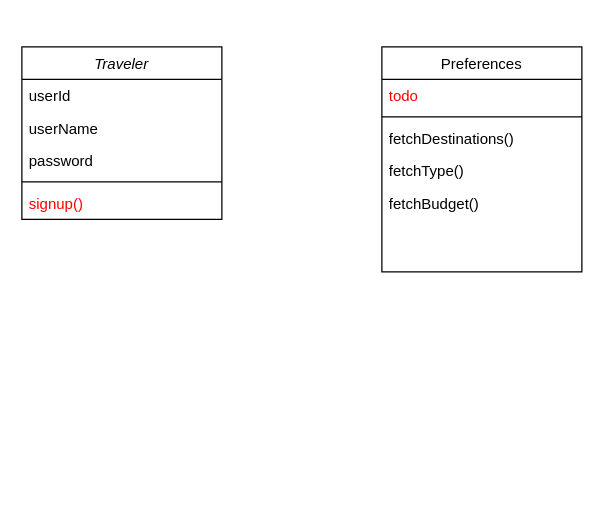
Above: Class Diagram.drawio in EleftheriaKoutsiouri/Scheduluxe (draw.io), before the change. Source tidied: cells renumbered, new cells numbered last; positions are measured from the earlier drawing's top-left corner, leaving out a move shared by most shapes. Both pictures are drawn from the tidied source at 125%, with x=0, y=0 at pixel (21, 46).
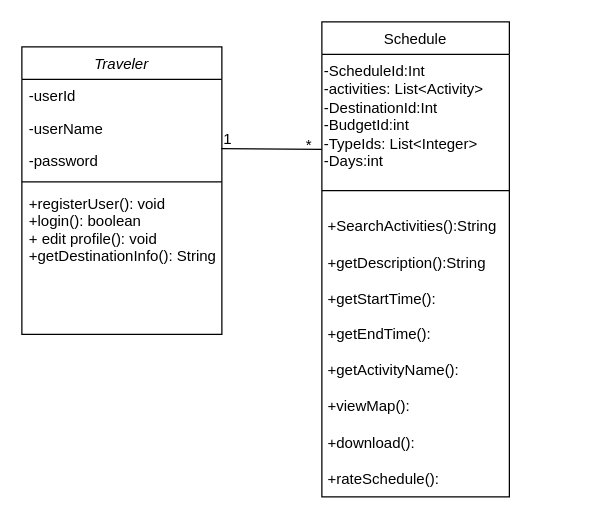
The same page after the edit.

Commit message:
Class diagram

Diff of the diagram source:
```diff
@@
 <mxGraphModel>
   <root>
     <mxCell id="0" />
     <mxCell id="1" parent="0" />
     <mxCell id="2" value="Traveler" style="swimlane;fontStyle=2;align=center;verticalAlign=top;horizontal=1;startSize=26;rounded=0;shadow=0;strokeWidth=1;" parent="1" vertex="1">
-      <mxGeometry width="160" height="138" as="geometry" />
+      <mxGeometry width="160" height="230" as="geometry" />
     </mxCell>
-    <mxCell id="3" value="userId" style="text;align=left;verticalAlign=top;spacingLeft=4;spacingRight=4;overflow=hidden;" parent="2" vertex="1">
+    <mxCell id="3" value="-userId" style="text;align=left;verticalAlign=top;spacingLeft=4;spacingRight=4;overflow=hidden;" parent="2" vertex="1">
       <mxGeometry y="26" width="160" height="26" as="geometry" />
     </mxCell>
-    <mxCell id="4" value="userName" style="text;align=left;verticalAlign=top;spacingLeft=4;spacingRight=4;overflow=hidden;rounded=0;shadow=0;html=0;" parent="2" vertex="1">
+    <mxCell id="4" value="-userName" style="text;align=left;verticalAlign=top;spacingLeft=4;spacingRight=4;overflow=hidden;rounded=0;shadow=0;html=0;" parent="2" vertex="1">
       <mxGeometry y="52" width="160" height="26" as="geometry" />
     </mxCell>
-    <mxCell id="5" value="password" style="text;align=left;verticalAlign=top;spacingLeft=4;spacingRight=4;overflow=hidden;rounded=0;shadow=0;html=0;" parent="2" vertex="1">
+    <mxCell id="5" value="-password" style="text;align=left;verticalAlign=top;spacingLeft=4;spacingRight=4;overflow=hidden;rounded=0;shadow=0;html=0;" parent="2" vertex="1">
       <mxGeometry y="78" width="160" height="26" as="geometry" />
     </mxCell>
     <mxCell id="6" style="line;html=1;strokeWidth=1;align=left;verticalAlign=middle;spacingTop=-1;spacingLeft=3;spacingRight=3;labelPosition=right;" parent="2" vertex="1">
       <mxGeometry y="104" width="160" height="8" as="geometry" />
     </mxCell>
-    <mxCell id="7" value="signup()" style="text;align=left;verticalAlign=top;spacingLeft=4;spacingRight=4;overflow=hidden;fontColor=#FF0000;" parent="2" vertex="1">
-      <mxGeometry y="112" width="160" height="26" as="geometry" />
+    <mxCell id="7" value="+registerUser(): void        &#10;+login(): boolean             &#10;+ edit profile(): void &#10;+getDestinationInfo(): String&#10; " style="text;align=left;verticalAlign=top;spacingLeft=4;spacingRight=4;overflow=hidden;fontColor=#000000;" parent="2" vertex="1">
+      <mxGeometry y="112" width="160" height="118" as="geometry" />
     </mxCell>
-    <mxCell id="8" value="Preferences" style="swimlane;fontStyle=0;align=center;verticalAlign=top;horizontal=1;startSize=26;rounded=0;shadow=0;strokeWidth=1;" parent="1" vertex="1">
-      <mxGeometry x="288" width="160" height="180" as="geometry" />
-    </mxCell>
-    <mxCell id="9" value="todo" style="text;align=left;verticalAlign=top;spacingLeft=4;spacingRight=4;overflow=hidden;rounded=0;shadow=0;html=0;fontColor=#FF0000;" parent="8" vertex="1">
-      <mxGeometry y="26" width="160" height="26" as="geometry" />
-    </mxCell>
-    <mxCell id="10" style="line;html=1;strokeWidth=1;align=left;verticalAlign=middle;spacingTop=-1;spacingLeft=3;spacingRight=3;labelPosition=right;" parent="8" vertex="1">
-      <mxGeometry y="52" width="160" height="8" as="geometry" />
-    </mxCell>
-    <mxCell id="11" value="fetchDestinations()" style="text;align=left;verticalAlign=top;spacingLeft=4;spacingRight=4;overflow=hidden;" parent="8" vertex="1">
-      <mxGeometry y="60" width="160" height="26" as="geometry" />
-    </mxCell>
-    <mxCell id="12" value="fetchType()" style="text;align=left;verticalAlign=top;spacingLeft=4;spacingRight=4;overflow=hidden;" parent="8" vertex="1">
-      <mxGeometry y="86" width="160" height="26" as="geometry" />
-    </mxCell>
-    <mxCell id="13" value="fetchBudget()" style="text;align=left;verticalAlign=top;spacingLeft=4;spacingRight=4;overflow=hidden;" parent="8" vertex="1">
-      <mxGeometry y="112" width="160" height="26" as="geometry" />
-    </mxCell>
+    <mxCell id="14" value="Schedule&#10;" style="swimlane;fontStyle=0;align=center;verticalAlign=top;horizontal=1;startSize=26;rounded=0;shadow=0;strokeWidth=1;" parent="1" vertex="1">
+      <mxGeometry x="240" y="-20" width="150" height="380" as="geometry" />
+    </mxCell>
+    <mxCell id="15" value="-ScheduleId:Int&lt;br&gt;-activities: List&amp;lt;Activity&amp;gt;&lt;br&gt;-DestinationId:Int&amp;nbsp;&lt;br&gt;-BudgetId:int&lt;br&gt;-TypeIds: List&amp;lt;Integer&amp;gt;&lt;br&gt;&lt;span style=&quot;background-color: initial;&quot;&gt;-Days:int&amp;nbsp;&amp;nbsp;&lt;b&gt; &amp;nbsp; &amp;nbsp; &amp;nbsp;&amp;nbsp;&lt;/b&gt;&lt;/span&gt;" style="text;whiteSpace=wrap;html=1;" parent="14" vertex="1">
+      <mxGeometry y="26" width="150" height="104" as="geometry" />
+    </mxCell>
+    <mxCell id="16" style="line;html=1;strokeWidth=1;align=left;verticalAlign=middle;spacingTop=-1;spacingLeft=3;spacingRight=3;labelPosition=right;" parent="14" vertex="1">
+      <mxGeometry y="130" width="150" height="10" as="geometry" />
+    </mxCell>
+    <mxCell id="17" value="&lt;h1 style=&quot;&quot;&gt;&lt;span style=&quot;font-weight: normal; font-size: 12px;&quot;&gt;+SearchActivities():String&lt;br style=&quot;border-color: var(--border-color);&quot;&gt;+getDescription():String&lt;br style=&quot;border-color: var(--border-color);&quot;&gt;+getStartTime():&lt;br style=&quot;border-color: var(--border-color);&quot;&gt;+getEndTime():&lt;br style=&quot;border-color: var(--border-color);&quot;&gt;+getActivityName():&lt;br style=&quot;border-color: var(--border-color);&quot;&gt;+viewMap():&lt;br style=&quot;border-color: var(--border-color);&quot;&gt;+download():&lt;br style=&quot;border-color: var(--border-color);&quot;&gt;+rateSchedule():&lt;/span&gt;&lt;br&gt;&lt;/h1&gt;" style="text;html=1;strokeColor=none;fillColor=none;spacing=5;spacingTop=-20;whiteSpace=wrap;overflow=hidden;rounded=0;" parent="14" vertex="1">
+      <mxGeometry y="140" width="150" height="240" as="geometry" />
+    </mxCell>
+    <mxCell id="18" style="endArrow=none;html=1;rounded=0;exitX=0.997;exitY=0.207;exitDx=0;exitDy=0;exitPerimeter=0;entryX=0;entryY=0.75;entryDx=0;entryDy=0;" parent="1" edge="1">
+      <mxGeometry relative="1" as="geometry">
+        <mxPoint x="159.5" y="81.4" as="sourcePoint" />
+        <mxPoint x="240" y="82" as="targetPoint" />
+      </mxGeometry>
+    </mxCell>
+    <mxCell id="19" value="*" style="text;html=1;strokeColor=none;fillColor=none;align=center;verticalAlign=middle;whiteSpace=wrap;rounded=0;" parent="1" vertex="1">
+      <mxGeometry x="220" y="74" width="20" height="10" as="geometry" />
+    </mxCell>
+    <mxCell id="20" value="1" style="text;html=1;strokeColor=none;fillColor=none;align=center;verticalAlign=middle;whiteSpace=wrap;rounded=0;" parent="1" vertex="1">
+      <mxGeometry x="160" y="69" width="10" height="10" as="geometry" />
+    </mxCell>
   </root>
 </mxGraphModel>
```
